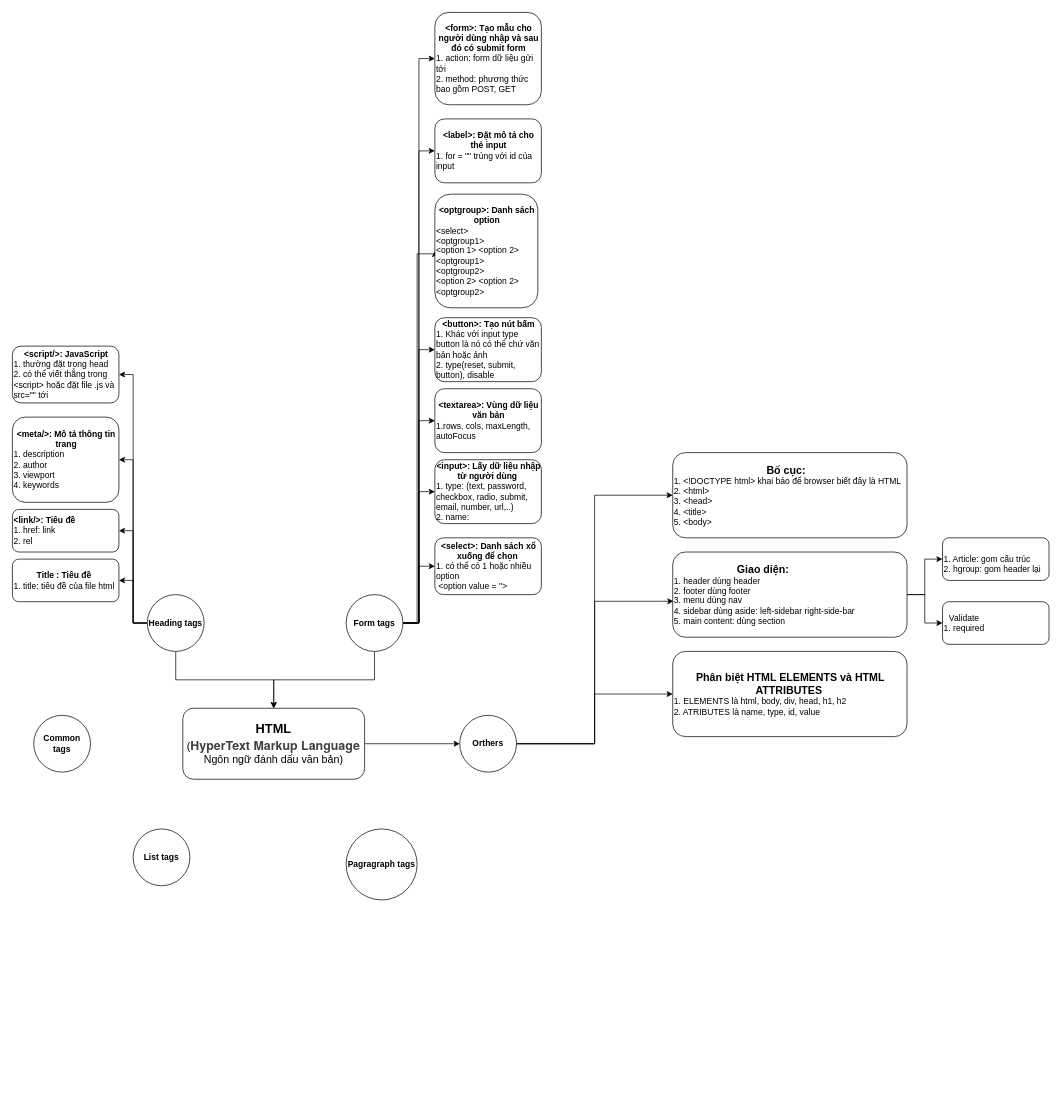
Earlier version of the draw.io diagram Biểu đồ không có tiêu đề.drawio (hanguyenhau/repareInterview). Source tidied: cells renumbered, new cells numbered last; positions are measured from the earlier drawing's top-left corner, leaving out a move shared by most shapes. Both pictures are drawn from the tidied source at 71%, with x=0, y=0 at pixel (12, 12).
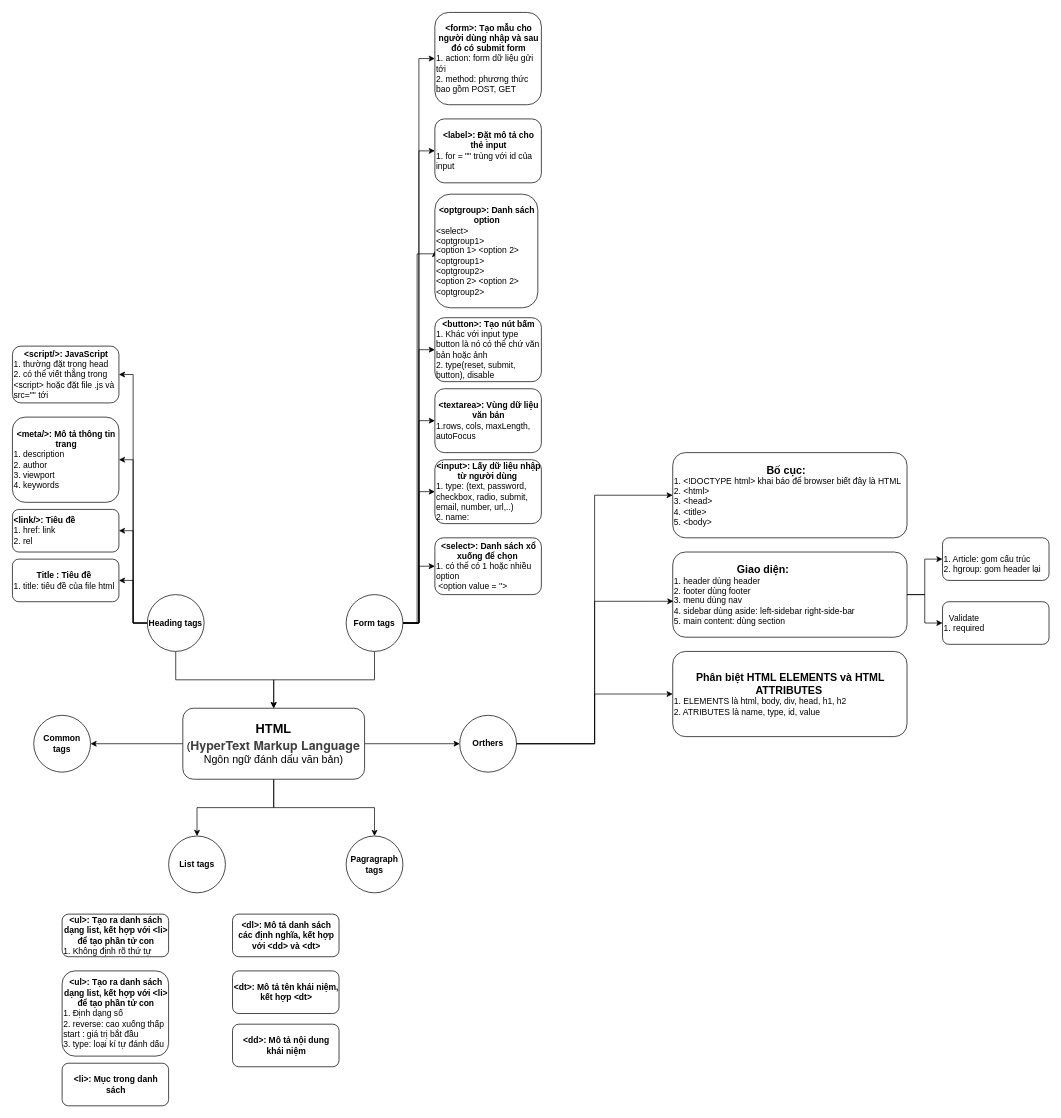
Above is the later version.

Commit message:
Cập nhật Biểu đồ không có tiêu đề.drawio

The change refers to these unchanged cells:
```xml
<mxCell id="3" value="&lt;b&gt;&lt;font style=&quot;font-size: 18px;&quot;&gt;HTML&lt;/font&gt;&lt;/b&gt;&lt;div&gt;&lt;font style=&quot;font-size: 15px;&quot;&gt;(&lt;/font&gt;&lt;strong style=&quot;color: rgb(65, 65, 65); font-family: &amp;quot;Helvetica Neue&amp;quot;, Helvetica, Arial, sans-serif; font-size: 17.5px; text-align: start; background-color: rgb(255, 255, 255);&quot;&gt;HyperText Markup Language&lt;/strong&gt;&lt;/div&gt;&lt;div&gt;&lt;span style=&quot;font-size: 15px; background-color: initial;&quot;&gt;Ngôn ngữ đánh dấu văn bản)&lt;/span&gt;&lt;/div&gt;" style="rounded=1;whiteSpace=wrap;html=1;" parent="1" vertex="1">
  <mxGeometry x="240" y="980" width="256" height="100" as="geometry" />
</mxCell>
<mxCell id="21" value="&lt;b&gt;Common tags&lt;/b&gt;" style="ellipse;whiteSpace=wrap;html=1;" parent="1" vertex="1">
  <mxGeometry x="30" y="990" width="80" height="80" as="geometry" />
</mxCell>
```

The edit, as a diff of the source:
```diff
@@
+    <mxCell id="44" style="edgeStyle=orthogonalEdgeStyle;rounded=0;jettySize=auto;html=1;entryX=1;entryY=0.5;entryDx=0;entryDy=0;" parent="1" edge="1" source="3" target="21">
+      <mxGeometry relative="1" as="geometry" />
+    </mxCell>
+    <mxCell id="45" style="edgeStyle=orthogonalEdgeStyle;rounded=0;jettySize=auto;html=1;entryX=0.5;entryY=0;entryDx=0;entryDy=0;" parent="1" edge="1" source="3" target="19">
+      <mxGeometry relative="1" as="geometry" />
+    </mxCell>
+    <mxCell id="46" style="edgeStyle=orthogonalEdgeStyle;rounded=0;jettySize=auto;html=1;" parent="1" edge="1" source="3" target="20">
+      <mxGeometry relative="1" as="geometry" />
+    </mxCell>
@@
     <mxCell id="19" value="&lt;b&gt;List tags&lt;/b&gt;" style="ellipse;whiteSpace=wrap;html=1;" parent="1" vertex="1">
-      <mxGeometry x="170" y="1150" width="80" height="80" as="geometry" />
+      <mxGeometry x="220" y="1160" width="80" height="80" as="geometry" />
     </mxCell>
     <mxCell id="20" value="&lt;b&gt;Pagragraph tags&lt;/b&gt;" style="ellipse;whiteSpace=wrap;html=1;" parent="1" vertex="1">
-      <mxGeometry x="470" y="1150" width="100" height="100" as="geometry" />
+      <mxGeometry x="470" y="1160" width="80" height="80" as="geometry" />
     </mxCell>
@@
+    <mxCell id="47" value="&lt;div style=&quot;text-align: center;&quot;&gt;&lt;b&gt;&amp;lt;ul&amp;gt;: Tạo ra danh sách dạng list, kết hợp với &amp;lt;li&amp;gt; để tạo phần tử con&lt;/b&gt;&lt;/div&gt;&lt;div&gt;1. Không định rõ thứ tự&lt;/div&gt;" style="rounded=1;whiteSpace=wrap;html=1;align=left;" parent="1" vertex="1">
+      <mxGeometry x="70" y="1270" width="150" height="60" as="geometry" />
+    </mxCell>
+    <mxCell id="48" value="&lt;div style=&quot;text-align: center;&quot;&gt;&lt;b&gt;&amp;lt;ul&amp;gt;: Tạo ra danh sách dạng list, kết hợp với &amp;lt;li&amp;gt; để tạo phần tử con&lt;/b&gt;&lt;/div&gt;&lt;div&gt;1. Định dạng số&lt;/div&gt;&lt;div&gt;2. reverse: cao xuống thấp&lt;/div&gt;&lt;div&gt;start : giá trị bắt đầu&lt;/div&gt;&lt;div&gt;3. type: loại kí tự đánh dấu&lt;/div&gt;" style="rounded=1;whiteSpace=wrap;html=1;align=left;" parent="1" vertex="1">
+      <mxGeometry x="70" y="1350" width="150" height="120" as="geometry" />
+    </mxCell>
+    <mxCell id="49" value="&lt;div style=&quot;text-align: center;&quot;&gt;&lt;b&gt;&amp;lt;li&amp;gt;: Mục trong danh sách&lt;/b&gt;&lt;/div&gt;" style="rounded=1;whiteSpace=wrap;html=1;align=left;" parent="1" vertex="1">
+      <mxGeometry x="70" y="1480" width="150" height="60" as="geometry" />
+    </mxCell>
+    <mxCell id="50" value="&lt;div style=&quot;text-align: center;&quot;&gt;&lt;b&gt;&amp;lt;dl&amp;gt;: Mô tả danh sách các định nghĩa, kết hợp với &amp;lt;dd&amp;gt; và &amp;lt;dt&amp;gt;&lt;/b&gt;&lt;/div&gt;" style="rounded=1;whiteSpace=wrap;html=1;align=left;" parent="1" vertex="1">
+      <mxGeometry x="310" y="1270" width="150" height="60" as="geometry" />
+    </mxCell>
+    <mxCell id="51" value="&lt;div style=&quot;text-align: center;&quot;&gt;&lt;b&gt;&amp;lt;dt&amp;gt;: Mô tả tên khái niệm, kết hợp &amp;lt;dt&amp;gt;&lt;/b&gt;&lt;/div&gt;" style="rounded=1;whiteSpace=wrap;html=1;align=left;" parent="1" vertex="1">
+      <mxGeometry x="310" y="1350" width="150" height="60" as="geometry" />
+    </mxCell>
+    <mxCell id="52" value="&lt;div style=&quot;text-align: center;&quot;&gt;&lt;b&gt;&amp;lt;dd&amp;gt;: Mô tả nội dung khái niệm&lt;/b&gt;&lt;/div&gt;" style="rounded=1;whiteSpace=wrap;html=1;align=left;" parent="1" vertex="1">
+      <mxGeometry x="310" y="1425" width="150" height="60" as="geometry" />
+    </mxCell>
```
